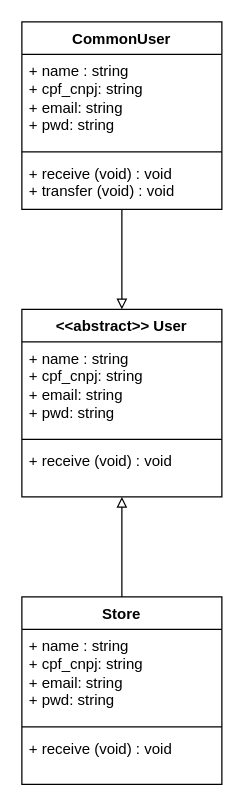
Above: page "UML" (1 of 2) of doc/TonberryPay.drawio in caramujox/TonberryPay (draw.io), before the change. Source tidied: cells renumbered, new cells numbered last; positions are measured from the earlier drawing's top-left corner, leaving out a move shared by most shapes. Both pictures are drawn from the tidied source at 125%, with x=0, y=0 at pixel (21, 21).
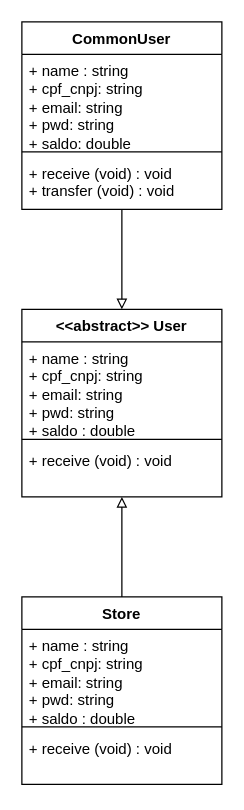
The same diagram, later.

What changed in the source:
```diff
@@
 <mxGraphModel>
   <root>
     <mxCell id="0" />
     <mxCell id="1" parent="0" />
     <mxCell id="2" style="edgeStyle=orthogonalEdgeStyle;rounded=0;jettySize=auto;html=1;endArrow=none;endFill=0;jumpStyle=line;startArrow=block;startFill=0;" parent="1" edge="1" source="4" target="8">
       <mxGeometry relative="1" as="geometry" />
     </mxCell>
     <mxCell id="3" style="edgeStyle=orthogonalEdgeStyle;rounded=0;jettySize=auto;html=1;endArrow=none;endFill=0;startArrow=block;startFill=0;" parent="1" edge="1" source="4" target="12">
       <mxGeometry relative="1" as="geometry" />
     </mxCell>
     <mxCell id="4" value="&amp;lt;&amp;lt;abstract&amp;gt;&amp;gt; User" style="swimlane;fontStyle=1;align=center;verticalAlign=top;horizontal=1;startSize=26;whiteSpace=wrap;html=1;" parent="1" vertex="1">
       <mxGeometry y="230" width="160" height="150" as="geometry" />
     </mxCell>
-    <mxCell id="5" value="+ name : string&lt;div&gt;+ cpf_cnpj: string&lt;/div&gt;&lt;div&gt;+ email: string&lt;/div&gt;&lt;div&gt;+ pwd: string&lt;/div&gt;" style="text;strokeColor=none;fillColor=none;align=left;verticalAlign=top;spacingLeft=4;spacingRight=4;overflow=hidden;whiteSpace=wrap;html=1;" parent="4" vertex="1">
+    <mxCell id="5" value="+ name : string&lt;div&gt;+ cpf_cnpj: string&lt;/div&gt;&lt;div&gt;+ email: string&lt;/div&gt;&lt;div&gt;+ pwd: string&lt;/div&gt;&lt;div&gt;+ saldo : double&lt;/div&gt;" style="text;strokeColor=none;fillColor=none;align=left;verticalAlign=top;spacingLeft=4;spacingRight=4;overflow=hidden;whiteSpace=wrap;html=1;" parent="4" vertex="1">
       <mxGeometry y="26" width="160" height="74" as="geometry" />
     </mxCell>
     <mxCell id="6" style="line;strokeWidth=1;fillColor=none;align=left;verticalAlign=middle;spacingTop=-1;spacingLeft=3;spacingRight=3;labelPosition=right;strokeColor=inherit;" parent="4" vertex="1">
       <mxGeometry y="100" width="160" height="8" as="geometry" />
     </mxCell>
     <mxCell id="7" value="+ receive (void) : void" style="text;strokeColor=none;fillColor=none;align=left;verticalAlign=top;spacingLeft=4;spacingRight=4;overflow=hidden;whiteSpace=wrap;html=1;" parent="4" vertex="1">
       <mxGeometry y="108" width="160" height="42" as="geometry" />
     </mxCell>
     <mxCell id="8" value="Store" style="swimlane;fontStyle=1;align=center;verticalAlign=top;horizontal=1;startSize=26;whiteSpace=wrap;html=1;" parent="1" vertex="1">
       <mxGeometry y="460" width="160" height="150" as="geometry" />
     </mxCell>
-    <mxCell id="9" value="+ name : string&lt;div&gt;+ cpf_cnpj: string&lt;/div&gt;&lt;div&gt;+ email: string&lt;/div&gt;&lt;div&gt;+ pwd: string&lt;/div&gt;" style="text;strokeColor=none;fillColor=none;align=left;verticalAlign=top;spacingLeft=4;spacingRight=4;overflow=hidden;whiteSpace=wrap;html=1;" parent="8" vertex="1">
+    <mxCell id="9" value="+ name : string&lt;div&gt;+ cpf_cnpj: string&lt;/div&gt;&lt;div&gt;+ email: string&lt;/div&gt;&lt;div&gt;+ pwd: string&lt;/div&gt;&lt;div&gt;+ saldo : double&lt;/div&gt;" style="text;strokeColor=none;fillColor=none;align=left;verticalAlign=top;spacingLeft=4;spacingRight=4;overflow=hidden;whiteSpace=wrap;html=1;" parent="8" vertex="1">
       <mxGeometry y="26" width="160" height="74" as="geometry" />
     </mxCell>
     <mxCell id="10" style="line;strokeWidth=1;fillColor=none;align=left;verticalAlign=middle;spacingTop=-1;spacingLeft=3;spacingRight=3;labelPosition=right;strokeColor=inherit;" parent="8" vertex="1">
       <mxGeometry y="100" width="160" height="8" as="geometry" />
     </mxCell>
     <mxCell id="11" value="+ receive (void) : void" style="text;strokeColor=none;fillColor=none;align=left;verticalAlign=top;spacingLeft=4;spacingRight=4;overflow=hidden;whiteSpace=wrap;html=1;" parent="8" vertex="1">
       <mxGeometry y="108" width="160" height="42" as="geometry" />
     </mxCell>
     <mxCell id="12" value="CommonUser" style="swimlane;fontStyle=1;align=center;verticalAlign=top;horizontal=1;startSize=26;whiteSpace=wrap;html=1;" parent="1" vertex="1">
       <mxGeometry width="160" height="150" as="geometry" />
     </mxCell>
-    <mxCell id="13" value="+ name : string&lt;div&gt;+ cpf_cnpj: string&lt;/div&gt;&lt;div&gt;+ email: string&lt;/div&gt;&lt;div&gt;+ pwd: string&lt;/div&gt;" style="text;strokeColor=none;fillColor=none;align=left;verticalAlign=top;spacingLeft=4;spacingRight=4;overflow=hidden;whiteSpace=wrap;html=1;" parent="12" vertex="1">
+    <mxCell id="13" value="+ name : string&lt;div&gt;+ cpf_cnpj: string&lt;/div&gt;&lt;div&gt;+ email: string&lt;/div&gt;&lt;div&gt;+ pwd: string&lt;/div&gt;&lt;div&gt;+ saldo: double&lt;/div&gt;" style="text;strokeColor=none;fillColor=none;align=left;verticalAlign=top;spacingLeft=4;spacingRight=4;overflow=hidden;whiteSpace=wrap;html=1;" parent="12" vertex="1">
       <mxGeometry y="26" width="160" height="74" as="geometry" />
     </mxCell>
     <mxCell id="14" style="line;strokeWidth=1;fillColor=none;align=left;verticalAlign=middle;spacingTop=-1;spacingLeft=3;spacingRight=3;labelPosition=right;strokeColor=inherit;" parent="12" vertex="1">
       <mxGeometry y="100" width="160" height="8" as="geometry" />
     </mxCell>
     <mxCell id="15" value="+ receive (void) : void&lt;div&gt;+ transfer (void) : void&lt;/div&gt;" style="text;strokeColor=none;fillColor=none;align=left;verticalAlign=top;spacingLeft=4;spacingRight=4;overflow=hidden;whiteSpace=wrap;html=1;" parent="12" vertex="1">
       <mxGeometry y="108" width="160" height="42" as="geometry" />
     </mxCell>
   </root>
 </mxGraphModel>
```
